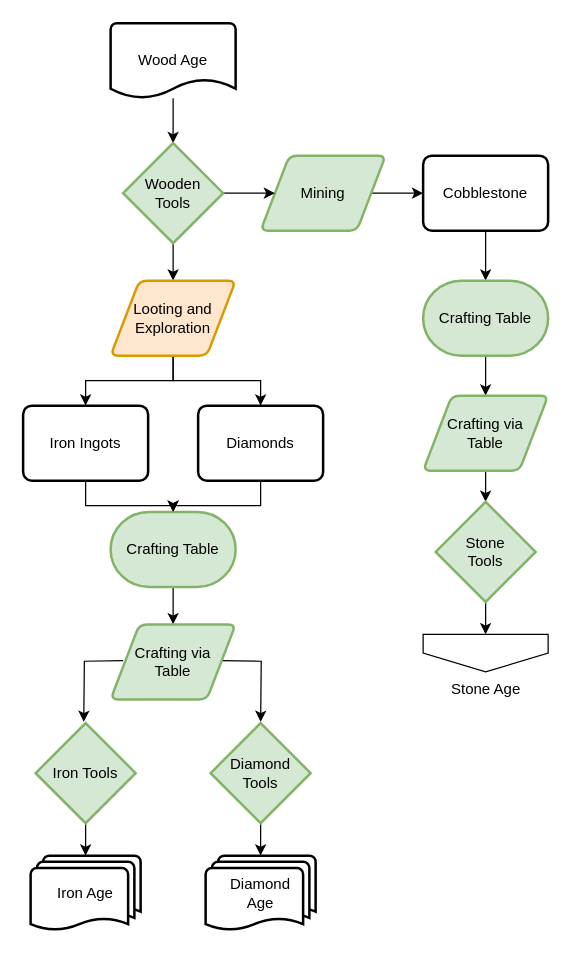
The draw.io diagram page "Wood Age" (4 of 7) of flowcharts/progression.drawio in MeepishRealms/Cog, before the edit. Source tidied: cells renumbered, new cells numbered last; positions are measured from the earlier drawing's top-left corner, leaving out a move shared by most shapes. Both pictures are drawn from the tidied source at 125%, with x=0, y=0 at pixel (22, 22).
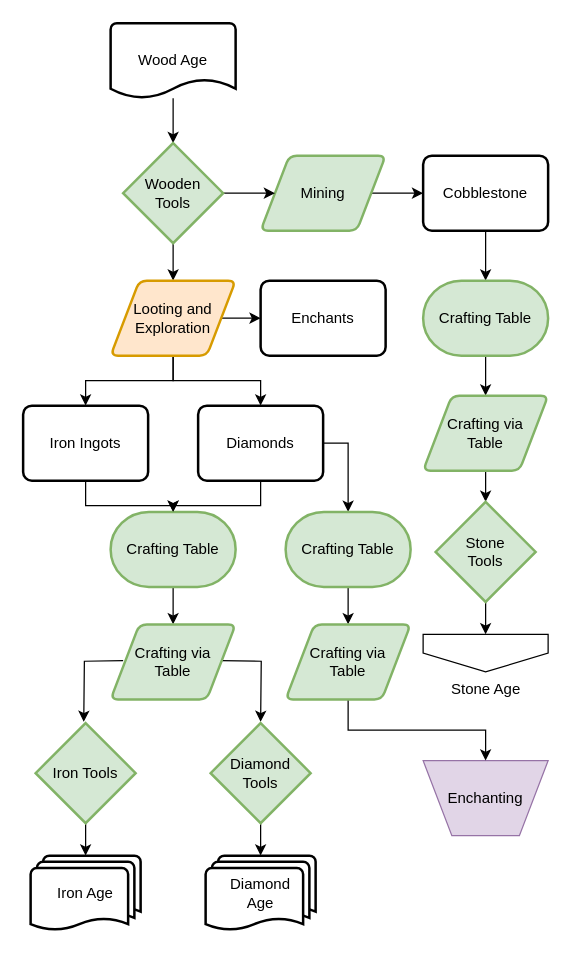
The same diagram, later.

The change refers to these unchanged cells:
```xml
<mxCell id="20" value="Looting and&lt;br&gt;Exploration" style="shape=parallelogram;html=1;strokeWidth=2;perimeter=parallelogramPerimeter;whiteSpace=wrap;rounded=1;arcSize=12;size=0.23;fillColor=#ffe6cc;strokeColor=#d79b00;" parent="1" vertex="1">
  <mxGeometry x="70" y="206" width="100" height="60" as="geometry" />
</mxCell>
<mxCell id="30" value="Diamonds" style="rounded=1;whiteSpace=wrap;html=1;absoluteArcSize=1;arcSize=14;strokeWidth=2;" parent="1" vertex="1">
  <mxGeometry x="140" y="306" width="100" height="60" as="geometry" />
</mxCell>
```

What changed in the source:
```diff
@@
+    <mxCell id="36" style="edgeStyle=orthogonalEdgeStyle;rounded=0;jettySize=auto;html=1;exitX=1;exitY=0.5;exitDx=0;exitDy=0;entryX=0;entryY=0.5;entryDx=0;entryDy=0;" parent="1" edge="1" source="20" target="38">
+      <mxGeometry relative="1" as="geometry" />
+    </mxCell>
@@
+    <mxCell id="37" style="edgeStyle=orthogonalEdgeStyle;rounded=0;jettySize=auto;html=1;exitX=1;exitY=0.5;exitDx=0;exitDy=0;entryX=0.5;entryY=0;entryDx=0;entryDy=0;entryPerimeter=0;" parent="1" edge="1" source="30" target="41">
+      <mxGeometry relative="1" as="geometry" />
+    </mxCell>
@@
+    <mxCell id="38" value="Enchants" style="rounded=1;whiteSpace=wrap;html=1;absoluteArcSize=1;arcSize=14;strokeWidth=2;" parent="1" vertex="1">
+      <mxGeometry x="190" y="206" width="100" height="60" as="geometry" />
+    </mxCell>
+    <mxCell id="39" value="Enchanting" style="verticalLabelPosition=middle;verticalAlign=middle;html=1;shape=trapezoid;perimeter=trapezoidPerimeter;whiteSpace=wrap;size=0.23;arcSize=10;flipV=1;labelPosition=center;align=center;fillColor=#e1d5e7;strokeColor=#9673a6;" parent="1" vertex="1">
+      <mxGeometry x="320" y="590" width="100" height="60" as="geometry" />
+    </mxCell>
+    <mxCell id="40" style="edgeStyle=orthogonalEdgeStyle;rounded=0;jettySize=auto;html=1;" parent="1" edge="1" source="41" target="43">
+      <mxGeometry relative="1" as="geometry" />
+    </mxCell>
+    <mxCell id="41" value="Crafting Table" style="strokeWidth=2;html=1;shape=mxgraph.flowchart.terminator;whiteSpace=wrap;fillColor=#d5e8d4;strokeColor=#82b366;" parent="1" vertex="1">
+      <mxGeometry x="210" y="391" width="100" height="60" as="geometry" />
+    </mxCell>
+    <mxCell id="42" style="edgeStyle=orthogonalEdgeStyle;rounded=0;jettySize=auto;html=1;exitX=0.5;exitY=1;exitDx=0;exitDy=0;entryX=0.5;entryY=0;entryDx=0;entryDy=0;" parent="1" edge="1" source="43" target="39">
+      <mxGeometry relative="1" as="geometry" />
+    </mxCell>
+    <mxCell id="43" value="Crafting via&lt;br&gt;Table" style="shape=parallelogram;html=1;strokeWidth=2;perimeter=parallelogramPerimeter;whiteSpace=wrap;rounded=1;arcSize=12;size=0.23;fillColor=#d5e8d4;strokeColor=#82b366;" parent="1" vertex="1">
+      <mxGeometry x="210" y="481" width="100" height="60" as="geometry" />
+    </mxCell>
```
